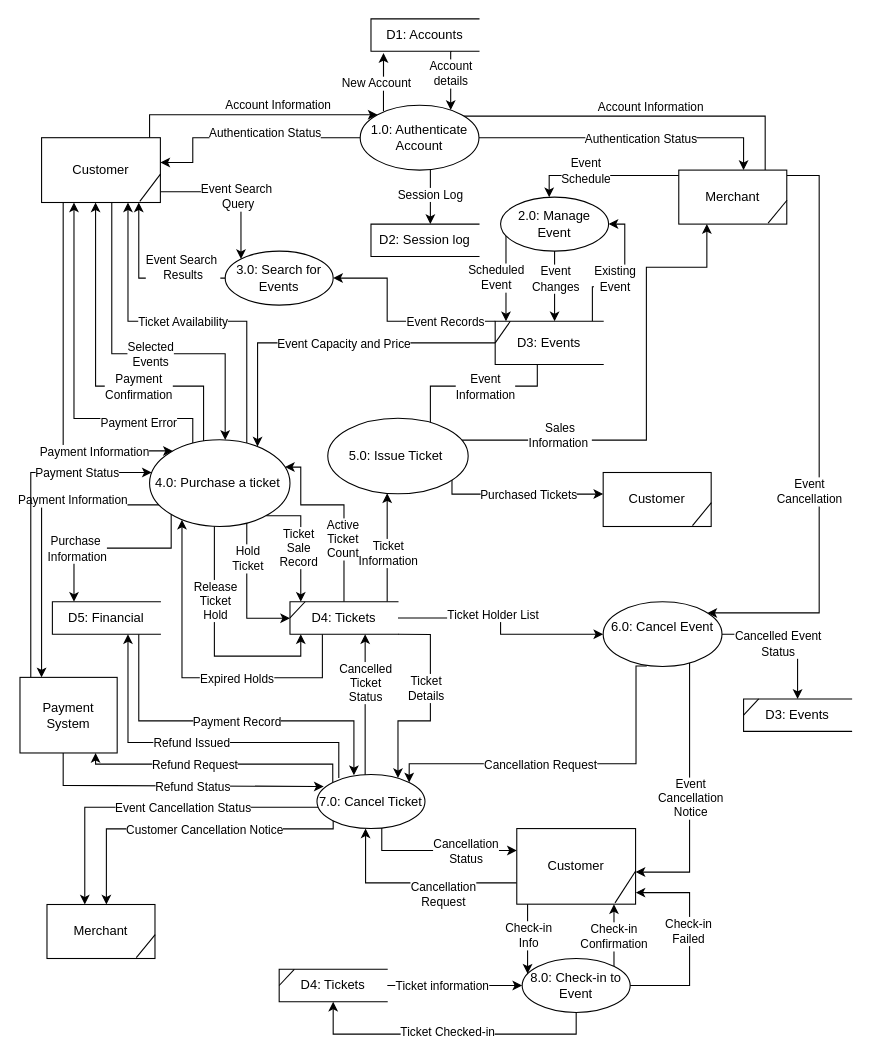
Earlier version of the draw.io diagram page "Level 1 Diagram" (2 of 10) of ITEC 630 DFD Ticket Mangement System .drawio (SteveWChang/UMGC-ITEC--630-Ticketing-System-Modeling-and-Analysis). Source tidied: cells renumbered, new cells numbered last; positions are measured from the earlier drawing's top-left corner, leaving out a move shared by most shapes. Both pictures are drawn from the tidied source at 108%, with x=0, y=0 at pixel (19, 18).
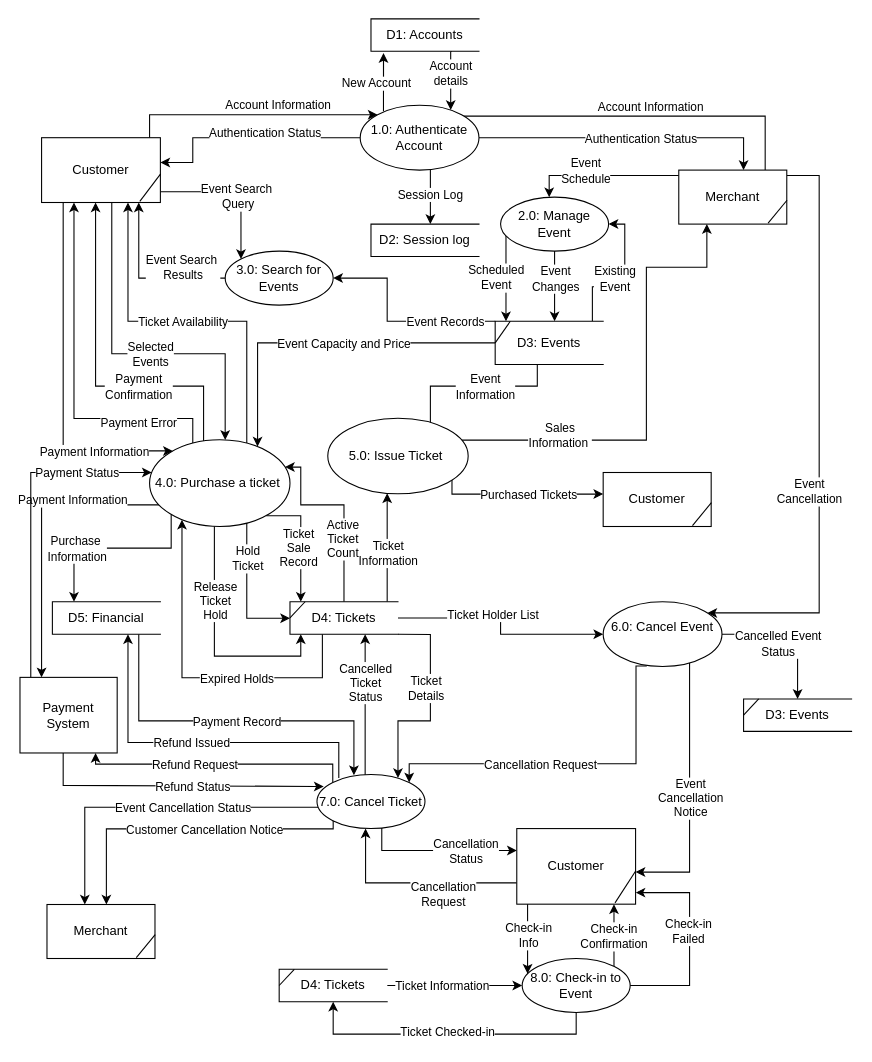
The same diagram, later.

The change refers to these unchanged cells:
```xml
<mxCell id="103" style="edgeStyle=orthogonalEdgeStyle;rounded=0;jettySize=auto;html=1;" parent="1" edge="1" source="135" target="124">
  <mxGeometry relative="1" as="geometry" />
</mxCell>
```

The edit, as a diff of the source:
```diff
@@
-    <mxCell id="104" value="Ticket information" style="edgeLabel;html=1;align=center;verticalAlign=middle;" parent="103" vertex="1">
+    <mxCell id="104" value="Ticket Information" style="edgeLabel;html=1;align=center;verticalAlign=middle;" parent="103" vertex="1">
       <mxGeometry x="-0.01" y="-3" relative="1" as="geometry">
         <mxPoint x="-12" y="-3" as="offset" />
       </mxGeometry>
     </mxCell>
```
